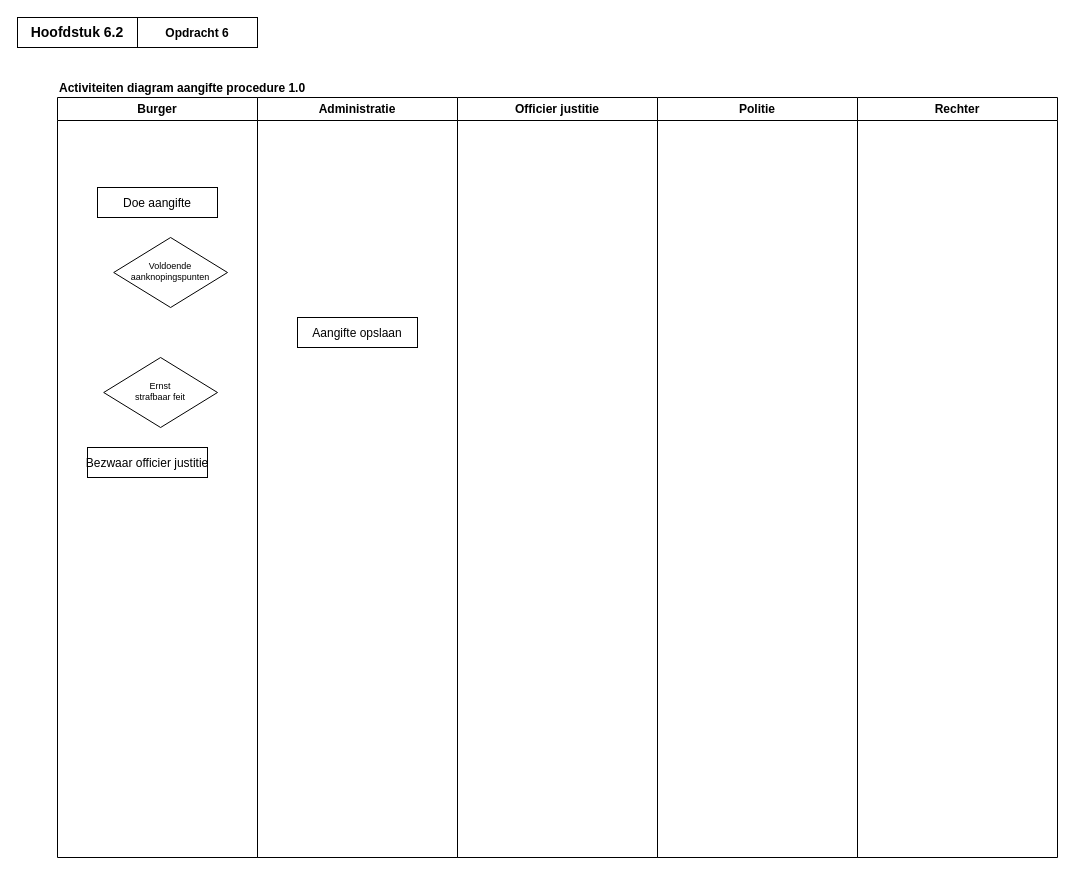
Before: page "Opdracht6" (4 of 4) of ActivityDiagramHealthclinic.drawio in EMB20/Procesanalyse, a draw.io diagram. Source tidied: cells renumbered, new cells numbered last; positions are measured from the earlier drawing's top-left corner, leaving out a move shared by most shapes. Both pictures are drawn from the tidied source at 100%, with x=0, y=0 at pixel (17, 17).
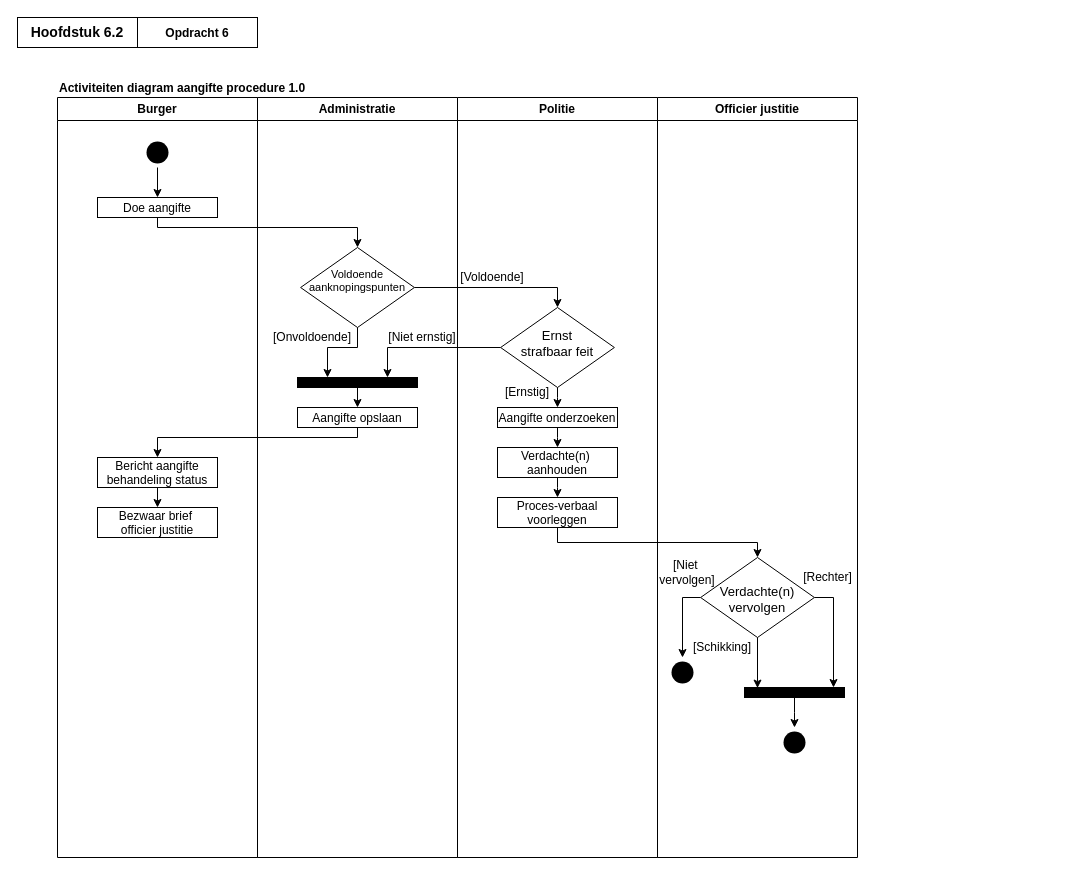
The same page after the edit.

Unchanged cells that the change refers to:
```xml
<mxCell id="7" value="Administratie" style="swimlane;whiteSpace=wrap;html=1;" parent="1" vertex="1">
  <mxGeometry x="240" y="80" width="200" height="760" as="geometry" />
</mxCell>
```

Change to the diagram source:
```diff
@@
+    <mxCell id="3" value="Burger" style="swimlane;whiteSpace=wrap;html=1;" parent="1" vertex="1">
+      <mxGeometry x="40" y="80" width="200" height="760" as="geometry" />
+    </mxCell>
+    <mxCell id="6" value="Bezwaar brief &#10;officier justitie" parent="3" vertex="1">
+      <mxGeometry x="40" y="410" width="120" height="30" as="geometry" />
+    </mxCell>
+    <mxCell id="15" style="edgeStyle=orthogonalEdgeStyle;rounded=0;jettySize=auto;html=1;entryX=0.5;entryY=0;entryDx=0;entryDy=0;" parent="3" edge="1" source="16" target="2">
+      <mxGeometry relative="1" as="geometry" />
+    </mxCell>
+    <mxCell id="16" style="ellipse;shape=startState;fillColor=#000000;strokeColor=none;" parent="3" vertex="1">
+      <mxGeometry x="85" y="40" width="30" height="30" as="geometry" />
+    </mxCell>
-    <mxCell id="2" value="Doe aangifte" parent="1" vertex="1">
-      <mxGeometry x="80" y="170" width="120" height="30" as="geometry" />
+    <mxCell id="2" value="Doe aangifte" parent="3" vertex="1">
+      <mxGeometry x="40" y="100" width="120" height="20" as="geometry" />
     </mxCell>
-    <mxCell id="3" value="Burger" style="swimlane;whiteSpace=wrap;html=1;" parent="1" vertex="1">
-      <mxGeometry x="40" y="80" width="200" height="760" as="geometry" />
-    </mxCell>
-    <mxCell id="4" value="Voldoende&#10;aanknopingspunten" style="rhombus;fillColor=default;strokeColor=default;shadow=0;fontSize=9;spacingBottom=2;" parent="3" vertex="1">
-      <mxGeometry x="56.2" y="140" width="113.8" height="70" as="geometry" />
-    </mxCell>
-    <mxCell id="5" value="Ernst&#10;strafbaar feit" style="rhombus;fillColor=default;strokeColor=default;shadow=0;fontSize=9;spacingBottom=2;" parent="3" vertex="1">
-      <mxGeometry x="46.2" y="260" width="113.8" height="70" as="geometry" />
-    </mxCell>
-    <mxCell id="6" value="Bezwaar officier justitie" parent="3" vertex="1">
-      <mxGeometry x="30" y="350" width="120" height="30" as="geometry" />
-    </mxCell>
+    <mxCell id="17" style="edgeStyle=none;rounded=0;jettySize=auto;html=1;entryX=0.5;entryY=0;entryDx=0;entryDy=0;" parent="3" edge="1" source="18" target="6">
+      <mxGeometry relative="1" as="geometry" />
+    </mxCell>
+    <mxCell id="18" value="Bericht aangifte&#10;behandeling status" parent="3" vertex="1">
+      <mxGeometry x="40" y="360" width="120" height="30" as="geometry" />
+    </mxCell>
@@
     <mxCell id="8" value="Aangifte opslaan" parent="7" vertex="1">
-      <mxGeometry x="40" y="220" width="120" height="30" as="geometry" />
+      <mxGeometry x="40" y="310" width="120" height="20" as="geometry" />
     </mxCell>
-    <mxCell id="9" value="Officier justitie" style="swimlane;whiteSpace=wrap;html=1;startSize=23;" parent="1" vertex="1">
-      <mxGeometry x="440" y="80" width="200" height="760" as="geometry" />
-    </mxCell>
+    <mxCell id="4" value="Voldoende&#10;aanknopingspunten" style="rhombus;fillColor=default;strokeColor=default;shadow=0;fontSize=11;spacingBottom=14;" parent="7" vertex="1">
+      <mxGeometry x="43.1" y="150" width="113.8" height="80" as="geometry" />
+    </mxCell>
+    <mxCell id="19" style="edgeStyle=orthogonalEdgeStyle;rounded=0;jettySize=auto;html=1;exitX=0.5;exitY=1;exitDx=0;exitDy=0;entryX=0.25;entryY=0;entryDx=0;entryDy=0;" parent="7" edge="1" source="4" target="22">
+      <mxGeometry relative="1" as="geometry">
+        <Array as="points">
+          <mxPoint x="100" y="250" />
+          <mxPoint x="70" y="250" />
+        </Array>
+      </mxGeometry>
+    </mxCell>
+    <mxCell id="20" value="[Onvoldoende]" style="text;html=1;align=center;verticalAlign=middle;whiteSpace=wrap;rounded=0;" parent="7" vertex="1">
+      <mxGeometry x="10" y="230" width="90" height="20" as="geometry" />
+    </mxCell>
+    <mxCell id="21" style="edgeStyle=none;rounded=0;jettySize=auto;html=1;exitX=0.5;exitY=1;exitDx=0;exitDy=0;entryX=0.5;entryY=0;entryDx=0;entryDy=0;" parent="7" edge="1" source="22" target="8">
+      <mxGeometry relative="1" as="geometry" />
+    </mxCell>
+    <mxCell id="22" style="rounded=0;whiteSpace=wrap;html=1;fillColor=#000000;" parent="7" vertex="1">
+      <mxGeometry x="40" y="280" width="120" height="10" as="geometry" />
+    </mxCell>
+    <mxCell id="23" value="[Niet ernstig]" style="text;html=1;align=center;verticalAlign=middle;whiteSpace=wrap;rounded=0;" parent="7" vertex="1">
+      <mxGeometry x="130" y="230" width="70" height="20" as="geometry" />
+    </mxCell>
+    <mxCell id="5" value="Ernst&#10;strafbaar feit" style="rhombus;fillColor=default;strokeColor=default;shadow=0;fontSize=13;spacingBottom=10;" parent="7" vertex="1">
+      <mxGeometry x="243.1" y="210" width="113.8" height="80" as="geometry" />
+    </mxCell>
+    <mxCell id="24" value="[Voldoende]" style="text;html=1;align=center;verticalAlign=middle;whiteSpace=wrap;rounded=0;" parent="7" vertex="1">
+      <mxGeometry x="200" y="170" width="70" height="20" as="geometry" />
+    </mxCell>
+    <mxCell id="25" style="edgeStyle=none;rounded=0;jettySize=auto;html=1;exitX=0;exitY=0.5;exitDx=0;exitDy=0;entryX=0.75;entryY=0;entryDx=0;entryDy=0;" parent="7" edge="1" source="5" target="22">
+      <mxGeometry relative="1" as="geometry">
+        <Array as="points">
+          <mxPoint x="130" y="250" />
+          <mxPoint x="130" y="280" />
+        </Array>
+      </mxGeometry>
+    </mxCell>
+    <mxCell id="26" style="rounded=0;jettySize=auto;html=1;exitX=1;exitY=0.5;exitDx=0;exitDy=0;entryX=0.5;entryY=0;entryDx=0;entryDy=0;" parent="7" edge="1" source="4" target="5">
+      <mxGeometry relative="1" as="geometry">
+        <Array as="points">
+          <mxPoint x="300" y="190" />
+        </Array>
+      </mxGeometry>
+    </mxCell>
     <mxCell id="10" value="Politie" style="swimlane;whiteSpace=wrap;html=1;startSize=23;" parent="1" vertex="1">
-      <mxGeometry x="640" y="80" width="200" height="760" as="geometry" />
+      <mxGeometry x="440" y="80" width="200" height="760" as="geometry" />
     </mxCell>
-    <mxCell id="11" value="Rechter" style="swimlane;whiteSpace=wrap;html=1;startSize=23;" parent="1" vertex="1">
-      <mxGeometry x="840" y="80" width="200" height="760" as="geometry" />
-    </mxCell>
+    <mxCell id="27" style="edgeStyle=elbowEdgeStyle;rounded=0;jettySize=auto;elbow=vertical;html=1;exitX=0.5;exitY=1;exitDx=0;exitDy=0;entryX=0.5;entryY=0;entryDx=0;entryDy=0;" parent="10" edge="1" source="28" target="32">
+      <mxGeometry relative="1" as="geometry" />
+    </mxCell>
+    <mxCell id="28" value="Aangifte onderzoeken" parent="10" vertex="1">
+      <mxGeometry x="40" y="310" width="120" height="20" as="geometry" />
+    </mxCell>
+    <mxCell id="29" value="[Ernstig]" style="text;html=1;align=center;verticalAlign=middle;whiteSpace=wrap;rounded=0;" parent="10" vertex="1">
+      <mxGeometry x="40" y="290" width="60" height="10" as="geometry" />
+    </mxCell>
+    <mxCell id="30" value="Proces-verbaal&#10;voorleggen" parent="10" vertex="1">
+      <mxGeometry x="40" y="400" width="120" height="30" as="geometry" />
+    </mxCell>
+    <mxCell id="31" style="edgeStyle=elbowEdgeStyle;rounded=0;jettySize=auto;elbow=vertical;html=1;exitX=0.5;exitY=1;exitDx=0;exitDy=0;entryX=0.5;entryY=0;entryDx=0;entryDy=0;" parent="10" edge="1" source="32" target="30">
+      <mxGeometry relative="1" as="geometry" />
+    </mxCell>
+    <mxCell id="32" value="Verdachte(n) &#10;aanhouden" parent="10" vertex="1">
+      <mxGeometry x="40" y="350" width="120" height="30" as="geometry" />
+    </mxCell>
@@
+    <mxCell id="33" style="edgeStyle=orthogonalEdgeStyle;rounded=0;jettySize=auto;html=1;entryX=0.5;entryY=0;entryDx=0;entryDy=0;" parent="1" edge="1" source="2" target="4">
+      <mxGeometry relative="1" as="geometry">
+        <Array as="points">
+          <mxPoint x="140" y="210" />
+          <mxPoint x="340" y="210" />
+        </Array>
+      </mxGeometry>
+    </mxCell>
+    <mxCell id="9" value="Officier justitie" style="swimlane;whiteSpace=wrap;html=1;startSize=23;" parent="1" vertex="1">
+      <mxGeometry x="640" y="80" width="200" height="760" as="geometry" />
+    </mxCell>
+    <mxCell id="34" style="rounded=0;jettySize=auto;elbow=vertical;html=1;exitX=0;exitY=0.5;exitDx=0;exitDy=0;entryX=0.5;entryY=0;entryDx=0;entryDy=0;" parent="9" edge="1" source="35" target="38">
+      <mxGeometry relative="1" as="geometry">
+        <Array as="points">
+          <mxPoint x="25" y="500" />
+        </Array>
+      </mxGeometry>
+    </mxCell>
+    <mxCell id="35" value="Verdachte(n)&#10;vervolgen" style="rhombus;fillColor=default;strokeColor=default;shadow=0;fontSize=13;spacingBottom=0;spacingTop=3;" parent="9" vertex="1">
+      <mxGeometry x="43.1" y="460" width="113.8" height="80" as="geometry" />
+    </mxCell>
+    <mxCell id="36" value="[Niet&amp;nbsp;&lt;div&gt;vervolgen]&lt;/div&gt;" style="text;html=1;align=center;verticalAlign=middle;whiteSpace=wrap;rounded=0;" parent="9" vertex="1">
+      <mxGeometry y="460" width="60" height="30" as="geometry" />
+    </mxCell>
+    <mxCell id="37" value="[Schikking&lt;span style=&quot;background-color: initial;&quot;&gt;]&lt;/span&gt;" style="text;html=1;align=center;verticalAlign=middle;whiteSpace=wrap;rounded=0;" parent="9" vertex="1">
+      <mxGeometry x="30" y="540" width="70" height="20" as="geometry" />
+    </mxCell>
+    <mxCell id="38" style="ellipse;shape=startState;fillColor=#000000;strokeColor=none;" parent="9" vertex="1">
+      <mxGeometry x="10" y="560" width="30" height="30" as="geometry" />
+    </mxCell>
+    <mxCell id="39" value="[Rechter&lt;span style=&quot;background-color: initial;&quot;&gt;]&lt;/span&gt;" style="text;html=1;align=center;verticalAlign=middle;whiteSpace=wrap;rounded=0;" parent="9" vertex="1">
+      <mxGeometry x="142" y="470" width="57" height="20" as="geometry" />
+    </mxCell>
+    <mxCell id="40" style="ellipse;shape=startState;fillColor=#000000;strokeColor=none;" parent="9" vertex="1">
+      <mxGeometry x="122" y="630" width="30" height="30" as="geometry" />
+    </mxCell>
+    <mxCell id="41" style="edgeStyle=elbowEdgeStyle;rounded=0;jettySize=auto;elbow=vertical;html=1;entryX=0.5;entryY=0;entryDx=0;entryDy=0;" parent="9" edge="1" source="42" target="40">
+      <mxGeometry relative="1" as="geometry" />
+    </mxCell>
+    <mxCell id="42" style="rounded=0;whiteSpace=wrap;html=1;fillColor=#000000;points=[[0,0,0,0,0],[0,0.25,0,0,0],[0,0.5,0,0,0],[0,0.75,0,0,0],[0,1,0,0,0],[0.11,0,0,0,0],[0.11,1,0,0,0],[0.22,0,0,0,0],[0.22,1,0,0,0],[0.25,0,0,0,0],[0.25,1,0,0,0],[0.33,0,0,0,0],[0.33,1,0,0,0],[0.44,0,0,0,0],[0.44,1,0,0,0],[0.5,0,0,0,0],[0.5,1,0,0,0],[0.56,0,0,0,0],[0.56,1,0,0,0],[0.67,0,0,0,0],[0.67,1,0,0,0],[0.75,0,0,0,0],[0.75,1,0,0,0],[0.78,0,0,0,0],[0.78,1,0,0,0],[0.89,0,0,0,0],[0.89,1,0,0,0],[1,0,0,0,0],[1,0.25,0,0,0],[1,0.5,0,0,0],[1,0.75,0,0,0],[1,1,0,0,0]];" parent="9" vertex="1">
+      <mxGeometry x="87" y="590" width="100" height="10" as="geometry" />
+    </mxCell>
+    <mxCell id="43" style="edgeStyle=none;rounded=0;jettySize=auto;html=1;exitX=1;exitY=0.5;exitDx=0;exitDy=0;entryX=0.89;entryY=0;entryDx=0;entryDy=0;entryPerimeter=0;elbow=vertical;" parent="9" edge="1" source="35" target="42">
+      <mxGeometry relative="1" as="geometry">
+        <Array as="points">
+          <mxPoint x="176" y="500" />
+        </Array>
+      </mxGeometry>
+    </mxCell>
+    <mxCell id="44" style="edgeStyle=none;rounded=0;jettySize=auto;html=1;exitX=0.5;exitY=1;exitDx=0;exitDy=0;entryX=0.13;entryY=0.058;entryDx=0;entryDy=0;entryPerimeter=0;elbow=vertical;" parent="9" edge="1" source="35" target="42">
+      <mxGeometry relative="1" as="geometry" />
+    </mxCell>
+    <mxCell id="45" style="edgeStyle=elbowEdgeStyle;rounded=0;jettySize=auto;html=1;entryX=0.5;entryY=0;entryDx=0;entryDy=0;elbow=vertical;" parent="1" edge="1" source="8" target="18">
+      <mxGeometry relative="1" as="geometry">
+        <Array as="points">
+          <mxPoint x="240" y="420" />
+        </Array>
+      </mxGeometry>
+    </mxCell>
+    <mxCell id="46" style="edgeStyle=elbowEdgeStyle;rounded=0;jettySize=auto;elbow=vertical;html=1;entryX=0.5;entryY=0;entryDx=0;entryDy=0;" parent="1" edge="1" source="5" target="28">
+      <mxGeometry relative="1" as="geometry" />
+    </mxCell>
+    <mxCell id="47" style="edgeStyle=elbowEdgeStyle;rounded=0;jettySize=auto;elbow=vertical;html=1;entryX=0.5;entryY=0;entryDx=0;entryDy=0;" parent="1" edge="1" source="30" target="35">
+      <mxGeometry relative="1" as="geometry" />
+    </mxCell>
```
